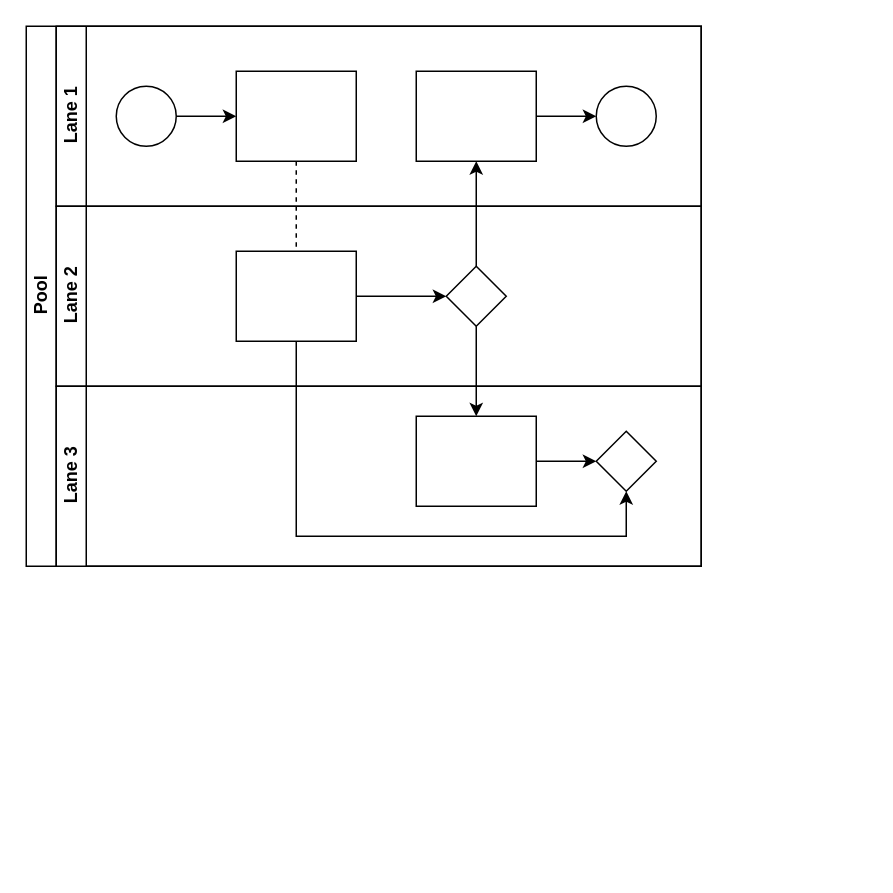
SoulBiuBiuBiu/Notebook keeps this draw.io diagram as econage/未命名绘图.drawio. Above is the earlier version. Source tidied: cells renumbered, new cells numbered last; positions are measured from the earlier drawing's top-left corner, leaving out a move shared by most shapes. Both pictures are drawn from the tidied source at 150%, with x=0, y=0 at pixel (26, 26).
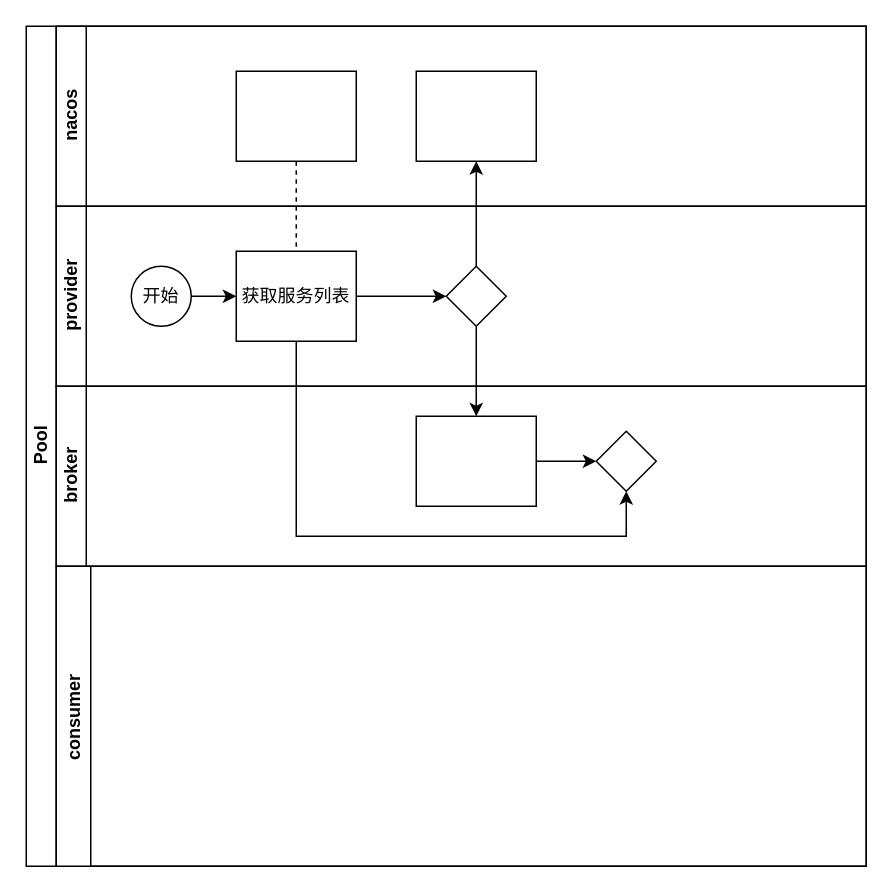
Above is the later version.

The change refers to these unchanged cells:
```xml
<mxCell id="10" style="rounded=0;whiteSpace=wrap;html=1;fontFamily=Helvetica;fontSize=12;fontColor=#000000;align=center;" parent="7" vertex="1">
  <mxGeometry x="120" y="30" width="80" height="60" as="geometry" />
</mxCell>
<mxCell id="12" style="rounded=0;whiteSpace=wrap;html=1;fontFamily=Helvetica;fontSize=12;fontColor=#000000;align=center;" parent="7" vertex="1">
  <mxGeometry x="240" y="30" width="80" height="60" as="geometry" />
</mxCell>
```

The edit, as a diff of the source:
```diff
@@
     <mxCell id="2" value="Pool" style="swimlane;html=1;horizontal=0;startSize=20;" parent="1" vertex="1">
-      <mxGeometry width="450" height="360" as="geometry" />
+      <mxGeometry width="560" height="560" as="geometry" />
     </mxCell>
@@
-    <mxCell id="7" value="Lane 1" style="swimlane;html=1;startSize=20;horizontal=0;" parent="2" vertex="1">
-      <mxGeometry x="20" width="430" height="120" as="geometry" />
+    <mxCell id="7" value="nacos" style="swimlane;html=1;startSize=20;horizontal=0;" parent="2" vertex="1">
+      <mxGeometry x="20" width="540" height="120" as="geometry" />
     </mxCell>
-    <mxCell id="8" style="edgeStyle=orthogonalEdgeStyle;rounded=0;jettySize=auto;html=1;" parent="7" edge="1" source="9" target="10">
-      <mxGeometry relative="1" as="geometry" />
-    </mxCell>
-    <mxCell id="9" style="ellipse;whiteSpace=wrap;html=1;" parent="7" vertex="1">
-      <mxGeometry x="40" y="40" width="40" height="40" as="geometry" />
-    </mxCell>
@@
-    <mxCell id="11" style="edgeStyle=orthogonalEdgeStyle;rounded=0;jettySize=auto;html=1;endArrow=classic;endFill=1;" parent="7" edge="1" source="12" target="13">
-      <mxGeometry relative="1" as="geometry" />
-    </mxCell>
@@
-    <mxCell id="13" style="ellipse;whiteSpace=wrap;html=1;" parent="7" vertex="1">
-      <mxGeometry x="360" y="40" width="40" height="40" as="geometry" />
-    </mxCell>
-    <mxCell id="14" value="Lane 2" style="swimlane;html=1;startSize=20;horizontal=0;" parent="2" vertex="1">
-      <mxGeometry x="20" y="120" width="430" height="120" as="geometry" />
+    <mxCell id="14" value="provider" style="swimlane;html=1;startSize=20;horizontal=0;" parent="2" vertex="1">
+      <mxGeometry x="20" y="120" width="540" height="120" as="geometry" />
     </mxCell>
@@
-    <mxCell id="16" style="rounded=0;whiteSpace=wrap;html=1;fontFamily=Helvetica;fontSize=12;fontColor=#000000;align=center;" parent="14" vertex="1">
+    <mxCell id="16" value="获取服务列表" style="rounded=0;whiteSpace=wrap;html=1;fontFamily=Helvetica;fontSize=12;fontColor=#000000;align=center;" parent="14" vertex="1">
       <mxGeometry x="120" y="30" width="80" height="60" as="geometry" />
     </mxCell>
@@
+    <mxCell id="22" style="edgeStyle=orthogonalEdgeStyle;rounded=0;jettySize=auto;html=1;exitX=1;exitY=0.5;exitDx=0;exitDy=0;entryX=0;entryY=0.5;entryDx=0;entryDy=0;" parent="14" edge="1" source="23" target="16">
+      <mxGeometry relative="1" as="geometry" />
+    </mxCell>
+    <mxCell id="23" value="开始" style="ellipse;whiteSpace=wrap;html=1;" parent="14" vertex="1">
+      <mxGeometry x="50" y="40" width="40" height="40" as="geometry" />
+    </mxCell>
-    <mxCell id="18" value="Lane 3" style="swimlane;html=1;startSize=20;horizontal=0;" parent="2" vertex="1">
-      <mxGeometry x="20" y="240" width="430" height="120" as="geometry" />
+    <mxCell id="18" value="broker" style="swimlane;html=1;startSize=20;horizontal=0;" parent="2" vertex="1">
+      <mxGeometry x="20" y="240" width="540" height="120" as="geometry" />
     </mxCell>
@@
+    <mxCell id="24" value="consumer" style="swimlane;horizontal=0;" parent="2" vertex="1">
+      <mxGeometry x="20" y="360" width="540" height="200" as="geometry" />
+    </mxCell>
```
